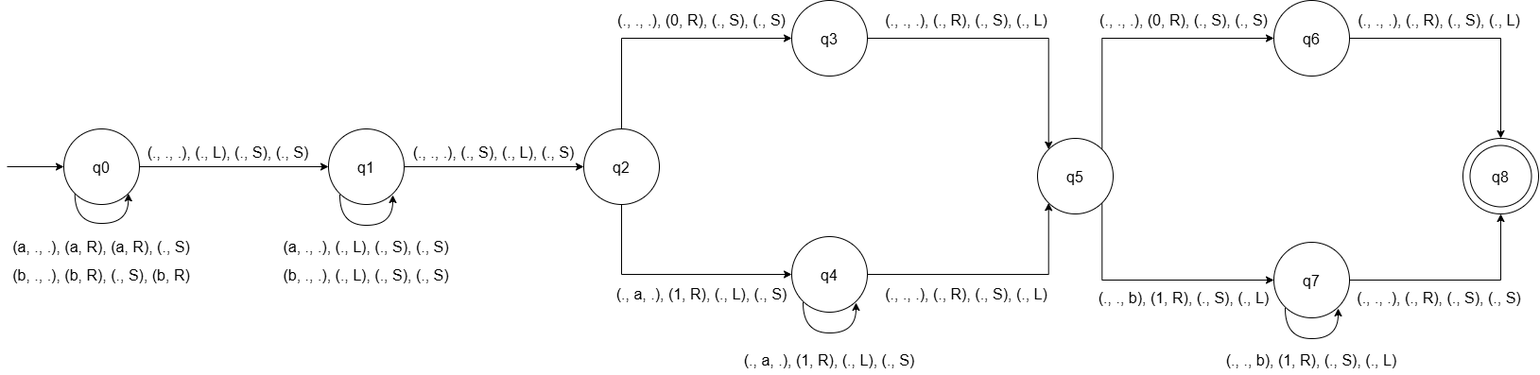
The draw.io diagram turing-machine/doc/MT02.png in AdrianPerezPoleo/complejidad-computacional, before a commit. Source tidied: cells renumbered, new cells last; positions are measured from the earlier drawing's top-left corner, leaving out a move shared by most shapes.
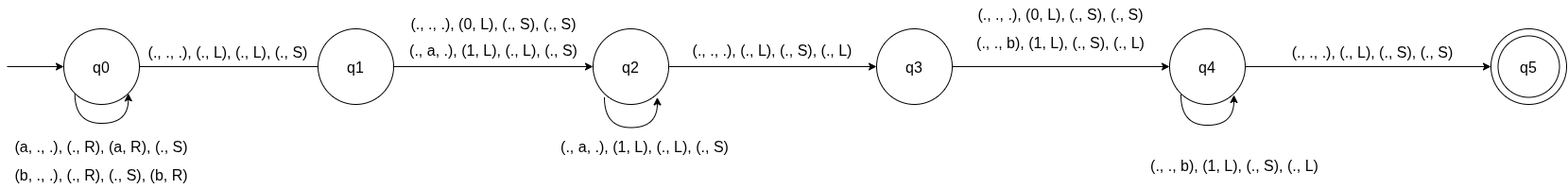
The same diagram one commit later.

Change to the diagram source:
```diff
@@ -2,164 +2,109 @@
   <root>
     <mxCell id="0" />
     <mxCell id="1" parent="0" />
-    <mxCell id="2" style="edgeStyle=orthogonalEdgeStyle;rounded=0;jettySize=auto;html=1;exitX=1;exitY=0.5;exitDx=0;exitDy=0;entryX=0;entryY=0.5;entryDx=0;entryDy=0;" parent="1" edge="1" source="3" target="8">
-      <mxGeometry relative="1" as="geometry" />
+    <mxCell id="2" style="edgeStyle=orthogonalEdgeStyle;rounded=0;jettySize=auto;html=1;exitX=1;exitY=0.5;exitDx=0;exitDy=0;entryX=0;entryY=0.5;entryDx=0;entryDy=0;" parent="1" edge="1" source="3">
+      <mxGeometry relative="1" as="geometry">
+        <mxPoint x="610" y="176" as="targetPoint" />
+      </mxGeometry>
     </mxCell>
     <mxCell id="3" value="&lt;font style=&quot;font-size: 16px;&quot;&gt;q0&lt;/font&gt;" style="ellipse;whiteSpace=wrap;html=1;shapeInside=1;" parent="1" vertex="1">
-      <mxGeometry x="60" y="136" width="80" height="80" as="geometry" />
+      <mxGeometry x="330" y="136" width="80" height="80" as="geometry" />
     </mxCell>
     <mxCell id="4" style="endArrow=classic;html=1;rounded=0;entryX=0;entryY=0.5;entryDx=0;entryDy=0;" parent="1" edge="1" target="3">
       <mxGeometry relative="1" as="geometry">
-        <mxPoint y="176" as="sourcePoint" />
+        <mxPoint x="270" y="176" as="sourcePoint" />
       </mxGeometry>
     </mxCell>
     <mxCell id="5" style="edgeStyle=orthogonalEdgeStyle;rounded=0;orthogonalLoop=1;jettySize=auto;html=1;exitX=0;exitY=1;exitDx=0;exitDy=0;entryX=1;entryY=1;entryDx=0;entryDy=0;curved=1;curveGeometry=1;innerLoopWaypoints=1;" parent="1" edge="1" source="3" target="3">
       <mxGeometry relative="1" as="geometry">
         <Array as="points">
-          <mxPoint x="71.7" y="236" />
-          <mxPoint x="128.3" y="236" />
+          <mxPoint x="341.7" y="236" />
+          <mxPoint x="398.3" y="236" />
         </Array>
       </mxGeometry>
     </mxCell>
-    <mxCell id="6" value="&lt;font style=&quot;font-size: 16px;&quot;&gt;(a, ., .), (a, R), (a, R), (., S)&lt;/font&gt;" style="text;html=1;whiteSpace=wrap;strokeColor=none;fillColor=none;align=center;verticalAlign=middle;rounded=0;" parent="1" vertex="1">
-      <mxGeometry x="5" y="246" width="190" height="30" as="geometry" />
+    <mxCell id="6" value="&lt;font style=&quot;font-size: 16px;&quot;&gt;(a, ., .), (., R), (a, R), (., S)&lt;/font&gt;" style="text;html=1;whiteSpace=wrap;strokeColor=none;fillColor=none;align=center;verticalAlign=middle;rounded=0;" parent="1" vertex="1">
+      <mxGeometry x="275" y="246" width="190" height="30" as="geometry" />
     </mxCell>
-    <mxCell id="7" style="edgeStyle=orthogonalEdgeStyle;rounded=0;jettySize=auto;html=1;exitX=1;exitY=0.5;exitDx=0;exitDy=0;entryX=0;entryY=0.5;entryDx=0;entryDy=0;" parent="1" edge="1" source="8" target="11">
-      <mxGeometry relative="1" as="geometry" />
-    </mxCell>
-    <mxCell id="8" value="&lt;font style=&quot;font-size: 16px;&quot;&gt;q1&lt;/font&gt;" style="ellipse;whiteSpace=wrap;html=1;shapeInside=1;" parent="1" vertex="1">
-      <mxGeometry x="340" y="136" width="80" height="80" as="geometry" />
-    </mxCell>
-    <mxCell id="9" style="edgeStyle=orthogonalEdgeStyle;rounded=0;jettySize=auto;html=1;exitX=0.5;exitY=0;exitDx=0;exitDy=0;entryX=0;entryY=0.5;entryDx=0;entryDy=0;" parent="1" edge="1" source="11" target="13">
-      <mxGeometry relative="1" as="geometry" />
-    </mxCell>
-    <mxCell id="10" style="edgeStyle=orthogonalEdgeStyle;rounded=0;jettySize=auto;html=1;exitX=0.5;exitY=1;exitDx=0;exitDy=0;entryX=0;entryY=0.5;entryDx=0;entryDy=0;" parent="1" edge="1" source="11" target="15">
+    <mxCell id="10" style="edgeStyle=orthogonalEdgeStyle;rounded=0;jettySize=auto;html=1;exitX=1;exitY=0.5;exitDx=0;exitDy=0;entryX=0;entryY=0.5;entryDx=0;entryDy=0;" parent="1" edge="1" source="11" target="15">
       <mxGeometry relative="1" as="geometry" />
     </mxCell>
-    <mxCell id="11" value="&lt;font style=&quot;font-size: 16px;&quot;&gt;q2&lt;/font&gt;" style="ellipse;whiteSpace=wrap;html=1;shapeInside=1;" parent="1" vertex="1">
-      <mxGeometry x="610" y="136" width="80" height="80" as="geometry" />
+    <mxCell id="11" value="&lt;font style=&quot;font-size: 16px;&quot;&gt;q1&lt;/font&gt;" style="ellipse;whiteSpace=wrap;html=1;shapeInside=1;" parent="1" vertex="1">
+      <mxGeometry x="599" y="136" width="80" height="80" as="geometry" />
     </mxCell>
-    <mxCell id="12" style="edgeStyle=orthogonalEdgeStyle;rounded=0;jettySize=auto;html=1;exitX=1;exitY=0.5;exitDx=0;exitDy=0;entryX=0;entryY=0;entryDx=0;entryDy=0;" parent="1" edge="1" source="13" target="18">
-      <mxGeometry relative="1" as="geometry" />
-    </mxCell>
-    <mxCell id="13" value="&lt;font style=&quot;font-size: 16px;&quot;&gt;q3&lt;/font&gt;" style="ellipse;whiteSpace=wrap;html=1;shapeInside=1;" parent="1" vertex="1">
-      <mxGeometry x="830" width="80" height="80" as="geometry" />
-    </mxCell>
-    <mxCell id="14" style="edgeStyle=orthogonalEdgeStyle;rounded=0;jettySize=auto;html=1;exitX=1;exitY=0.5;exitDx=0;exitDy=0;entryX=0;entryY=1;entryDx=0;entryDy=0;" parent="1" edge="1" source="15" target="18">
+    <mxCell id="14" style="edgeStyle=orthogonalEdgeStyle;rounded=0;jettySize=auto;html=1;exitX=1;exitY=0.5;exitDx=0;exitDy=0;entryX=0;entryY=0.5;entryDx=0;entryDy=0;" parent="1" edge="1" source="15" target="18">
       <mxGeometry x="0.09" relative="1" as="geometry" />
     </mxCell>
-    <mxCell id="15" value="&lt;font style=&quot;font-size: 16px;&quot;&gt;q4&lt;/font&gt;" style="ellipse;whiteSpace=wrap;html=1;shapeInside=1;" parent="1" vertex="1">
-      <mxGeometry x="830" y="250" width="80" height="80" as="geometry" />
+    <mxCell id="15" value="&lt;font style=&quot;font-size: 16px;&quot;&gt;q2&lt;/font&gt;" style="ellipse;whiteSpace=wrap;html=1;shapeInside=1;" parent="1" vertex="1">
+      <mxGeometry x="890" y="136" width="80" height="80" as="geometry" />
     </mxCell>
-    <mxCell id="16" style="edgeStyle=orthogonalEdgeStyle;rounded=0;jettySize=auto;html=1;exitX=1;exitY=0;exitDx=0;exitDy=0;entryX=0;entryY=0.5;entryDx=0;entryDy=0;" parent="1" edge="1" source="18" target="20">
-      <mxGeometry relative="1" as="geometry">
-        <Array as="points">
-          <mxPoint x="1158.3" y="40" />
-        </Array>
-      </mxGeometry>
-    </mxCell>
-    <mxCell id="17" style="edgeStyle=orthogonalEdgeStyle;rounded=0;jettySize=auto;html=1;exitX=1;exitY=1;exitDx=0;exitDy=0;entryX=0;entryY=0.5;entryDx=0;entryDy=0;" parent="1" edge="1" source="18" target="22">
-      <mxGeometry relative="1" as="geometry">
-        <Array as="points">
-          <mxPoint x="1158.3" y="296" />
-        </Array>
-      </mxGeometry>
+    <mxCell id="17" style="edgeStyle=orthogonalEdgeStyle;rounded=0;jettySize=auto;html=1;exitX=1;exitY=0.5;exitDx=0;exitDy=0;defaultLabelBackgroundColor=gap;" parent="1" edge="1" source="18" target="22">
+      <mxGeometry relative="1" as="geometry" />
     </mxCell>
-    <mxCell id="18" value="&lt;font style=&quot;font-size: 16px;&quot;&gt;q5&lt;/font&gt;" style="ellipse;whiteSpace=wrap;html=1;shapeInside=1;" parent="1" vertex="1">
-      <mxGeometry x="1090" y="146" width="80" height="80" as="geometry" />
+    <mxCell id="18" value="&lt;font style=&quot;font-size: 16px;&quot;&gt;q3&lt;/font&gt;" style="ellipse;whiteSpace=wrap;html=1;shapeInside=1;" parent="1" vertex="1">
+      <mxGeometry x="1190" y="136" width="80" height="80" as="geometry" />
     </mxCell>
-    <mxCell id="19" style="edgeStyle=orthogonalEdgeStyle;rounded=0;jettySize=auto;html=1;exitX=1;exitY=0.5;exitDx=0;exitDy=0;entryX=0.5;entryY=0;entryDx=0;entryDy=0;" parent="1" edge="1" source="20" target="23">
-      <mxGeometry relative="1" as="geometry" />
-    </mxCell>
-    <mxCell id="20" value="&lt;font style=&quot;font-size: 16px;&quot;&gt;q6&lt;/font&gt;" style="ellipse;whiteSpace=wrap;html=1;shapeInside=1;" parent="1" vertex="1">
-      <mxGeometry x="1340" width="80" height="80" as="geometry" />
-    </mxCell>
-    <mxCell id="21" style="edgeStyle=orthogonalEdgeStyle;rounded=0;jettySize=auto;html=1;exitX=1;exitY=0.5;exitDx=0;exitDy=0;entryX=0.5;entryY=1;entryDx=0;entryDy=0;" parent="1" edge="1" source="22" target="23">
+    <mxCell id="21" style="edgeStyle=orthogonalEdgeStyle;rounded=0;jettySize=auto;html=1;exitX=1;exitY=0.5;exitDx=0;exitDy=0;entryX=0;entryY=0.5;entryDx=0;entryDy=0;" parent="1" edge="1" source="22" target="23">
       <mxGeometry relative="1" as="geometry" />
     </mxCell>
-    <mxCell id="22" value="&lt;font style=&quot;font-size: 16px;&quot;&gt;q7&lt;/font&gt;" style="ellipse;whiteSpace=wrap;html=1;shapeInside=1;" parent="1" vertex="1">
-      <mxGeometry x="1340" y="256" width="80" height="80" as="geometry" />
+    <mxCell id="22" value="&lt;font style=&quot;font-size: 16px;&quot;&gt;q4&lt;/font&gt;" style="ellipse;whiteSpace=wrap;html=1;shapeInside=1;" parent="1" vertex="1">
+      <mxGeometry x="1500" y="136" width="80" height="80" as="geometry" />
     </mxCell>
-    <mxCell id="23" value="&lt;font style=&quot;font-size: 16px;&quot;&gt;q8&lt;/font&gt;" style="ellipse;whiteSpace=wrap;html=1;shapeInside=1;" parent="1" vertex="1">
-      <mxGeometry x="1540" y="146" width="80" height="80" as="geometry" />
-    </mxCell>
-    <mxCell id="24" value="&lt;font style=&quot;font-size: 16px;&quot;&gt;(b, ., .), (b, R), (., S), (b, R)&lt;/font&gt;" style="text;html=1;whiteSpace=wrap;strokeColor=none;fillColor=none;align=center;verticalAlign=middle;rounded=0;" parent="1" vertex="1">
-      <mxGeometry x="5" y="276" width="190" height="30" as="geometry" />
+    <mxCell id="24" value="&lt;font style=&quot;font-size: 16px;&quot;&gt;(b, ., .), (., R), (., S), (b, R)&lt;/font&gt;" style="text;html=1;whiteSpace=wrap;strokeColor=none;fillColor=none;align=center;verticalAlign=middle;rounded=0;" parent="1" vertex="1">
+      <mxGeometry x="275" y="276" width="190" height="30" as="geometry" />
     </mxCell>
-    <mxCell id="25" value="&lt;font style=&quot;font-size: 16px;&quot;&gt;(., ., .), (., L), (., S), (., S)&lt;/font&gt;" style="text;html=1;whiteSpace=wrap;strokeColor=none;fillColor=none;align=center;verticalAlign=middle;rounded=0;" parent="1" vertex="1">
-      <mxGeometry x="139" y="146" width="190" height="30" as="geometry" />
+    <mxCell id="25" value="&lt;font style=&quot;font-size: 16px;&quot;&gt;(., ., .), (., L), (., L), (., S)&lt;/font&gt;" style="text;html=1;whiteSpace=wrap;strokeColor=none;fillColor=none;align=center;verticalAlign=middle;rounded=0;" parent="1" vertex="1">
+      <mxGeometry x="409" y="146" width="190" height="30" as="geometry" />
     </mxCell>
-    <mxCell id="26" style="edgeStyle=orthogonalEdgeStyle;rounded=0;orthogonalLoop=1;jettySize=auto;html=1;exitX=0;exitY=1;exitDx=0;exitDy=0;entryX=1;entryY=1;entryDx=0;entryDy=0;curved=1;curveGeometry=1;innerLoopWaypoints=1;" parent="1" edge="1">
-      <mxGeometry relative="1" as="geometry">
-        <mxPoint x="352" y="206" as="sourcePoint" />
-        <mxPoint x="408" y="206" as="targetPoint" />
-        <Array as="points">
-          <mxPoint x="351.7" y="238" />
-          <mxPoint x="408.3" y="238" />
-        </Array>
-      </mxGeometry>
-    </mxCell>
     <mxCell id="27" style="edgeStyle=orthogonalEdgeStyle;rounded=0;orthogonalLoop=1;jettySize=auto;html=1;exitX=0;exitY=1;exitDx=0;exitDy=0;entryX=1;entryY=1;entryDx=0;entryDy=0;curved=1;curveGeometry=1;innerLoopWaypoints=1;" parent="1" edge="1">
       <mxGeometry relative="1" as="geometry">
-        <mxPoint x="1352" y="326" as="sourcePoint" />
-        <mxPoint x="1408" y="326" as="targetPoint" />
+        <mxPoint x="1512" y="206" as="sourcePoint" />
+        <mxPoint x="1568" y="206" as="targetPoint" />
         <Array as="points">
-          <mxPoint x="1351.7" y="358" />
-          <mxPoint x="1408.3" y="358" />
+          <mxPoint x="1511.7" y="238" />
+          <mxPoint x="1568.3" y="238" />
         </Array>
       </mxGeometry>
     </mxCell>
-    <mxCell id="28" style="ellipse;whiteSpace=wrap;html=1;shapeInside=1;fillColor=none;" parent="1" vertex="1">
-      <mxGeometry x="1547.5" y="153.5" width="65" height="65" as="geometry" />
-    </mxCell>
-    <mxCell id="29" value="&lt;font style=&quot;font-size: 16px;&quot;&gt;(a, ., .), (., L), (., S), (., S)&lt;/font&gt;" style="text;html=1;whiteSpace=wrap;strokeColor=none;fillColor=none;align=center;verticalAlign=middle;rounded=0;" parent="1" vertex="1">
-      <mxGeometry x="285" y="246" width="190" height="30" as="geometry" />
-    </mxCell>
-    <mxCell id="30" value="&lt;font style=&quot;font-size: 16px;&quot;&gt;(b, ., .), (., L), (., S), (., S)&lt;/font&gt;" style="text;html=1;whiteSpace=wrap;strokeColor=none;fillColor=none;align=center;verticalAlign=middle;rounded=0;" parent="1" vertex="1">
-      <mxGeometry x="285" y="276" width="190" height="30" as="geometry" />
-    </mxCell>
     <mxCell id="31" style="edgeStyle=orthogonalEdgeStyle;rounded=0;orthogonalLoop=1;jettySize=auto;html=1;exitX=0;exitY=1;exitDx=0;exitDy=0;entryX=1;entryY=1;entryDx=0;entryDy=0;curved=1;curveGeometry=1;innerLoopWaypoints=1;" parent="1" edge="1">
       <mxGeometry relative="1" as="geometry">
-        <mxPoint x="842" y="320" as="sourcePoint" />
-        <mxPoint x="898" y="320" as="targetPoint" />
+        <mxPoint x="902" y="208.5" as="sourcePoint" />
+        <mxPoint x="958" y="208.5" as="targetPoint" />
         <Array as="points">
-          <mxPoint x="841.7" y="352" />
-          <mxPoint x="898.3" y="352" />
+          <mxPoint x="901.7" y="240.5" />
+          <mxPoint x="958.3" y="240.5" />
         </Array>
       </mxGeometry>
     </mxCell>
-    <mxCell id="32" value="&lt;font style=&quot;font-size: 16px;&quot;&gt;(., ., .), (., S), (., L), (., S)&lt;/font&gt;" style="text;html=1;whiteSpace=wrap;strokeColor=none;fillColor=none;align=center;verticalAlign=middle;rounded=0;" parent="1" vertex="1">
-      <mxGeometry x="420" y="146" width="190" height="30" as="geometry" />
-    </mxCell>
-    <mxCell id="33" value="&lt;font style=&quot;font-size: 16px;&quot;&gt;(., ., .), (0, R), (., S), (., S)&lt;/font&gt;" style="text;html=1;whiteSpace=wrap;strokeColor=none;fillColor=none;align=center;verticalAlign=middle;rounded=0;" parent="1" vertex="1">
-      <mxGeometry x="640" y="6" width="190" height="30" as="geometry" />
+    <mxCell id="33" value="&lt;font style=&quot;font-size: 16px;&quot;&gt;(., ., .), (0, L), (., S), (., S)&lt;/font&gt;" style="text;html=1;whiteSpace=wrap;strokeColor=none;fillColor=none;align=center;verticalAlign=middle;rounded=0;" parent="1" vertex="1">
+      <mxGeometry x="690" y="116" width="190" height="30" as="geometry" />
     </mxCell>
-    <mxCell id="34" value="&lt;font style=&quot;font-size: 16px;&quot;&gt;(., a, .), (1, R), (., L), (., S)&lt;/font&gt;" style="text;html=1;whiteSpace=wrap;strokeColor=none;fillColor=none;align=center;verticalAlign=middle;rounded=0;" parent="1" vertex="1">
-      <mxGeometry x="640" y="296" width="190" height="30" as="geometry" />
+    <mxCell id="34" value="&lt;font style=&quot;font-size: 16px;&quot;&gt;(., a, .), (1, L), (., L), (., S)&lt;/font&gt;" style="text;html=1;whiteSpace=wrap;strokeColor=none;fillColor=none;align=center;verticalAlign=middle;rounded=0;" parent="1" vertex="1">
+      <mxGeometry x="690" y="143.5" width="190" height="30" as="geometry" />
     </mxCell>
-    <mxCell id="35" value="&lt;font style=&quot;font-size: 16px;&quot;&gt;(., a, .), (1, R), (., L), (., S)&lt;/font&gt;" style="text;html=1;whiteSpace=wrap;strokeColor=none;fillColor=none;align=center;verticalAlign=middle;rounded=0;" parent="1" vertex="1">
-      <mxGeometry x="775" y="366" width="190" height="30" as="geometry" />
+    <mxCell id="35" value="&lt;font style=&quot;font-size: 16px;&quot;&gt;(., a, .), (1, L), (., L), (., S)&lt;/font&gt;" style="text;html=1;whiteSpace=wrap;strokeColor=none;fillColor=none;align=center;verticalAlign=middle;rounded=0;" parent="1" vertex="1">
+      <mxGeometry x="850" y="246" width="190" height="30" as="geometry" />
     </mxCell>
-    <mxCell id="36" value="&lt;font style=&quot;font-size: 16px;&quot;&gt;(., ., .), (0, R), (., S), (., S)&lt;/font&gt;" style="text;html=1;whiteSpace=wrap;strokeColor=none;fillColor=none;align=center;verticalAlign=middle;rounded=0;" parent="1" vertex="1">
-      <mxGeometry x="1150" y="6" width="190" height="30" as="geometry" />
+    <mxCell id="36" value="&lt;font style=&quot;font-size: 16px;&quot;&gt;(., ., .), (0, L), (., S), (., S)&lt;/font&gt;" style="text;html=1;whiteSpace=wrap;strokeColor=none;fillColor=none;align=center;verticalAlign=middle;rounded=0;" parent="1" vertex="1">
+      <mxGeometry x="1290" y="106" width="190" height="30" as="geometry" />
     </mxCell>
-    <mxCell id="37" value="&lt;font style=&quot;font-size: 16px;&quot;&gt;(., ., .), (., R), (., S), (., L)&lt;/font&gt;" style="text;html=1;whiteSpace=wrap;strokeColor=none;fillColor=none;align=center;verticalAlign=middle;rounded=0;" parent="1" vertex="1">
-      <mxGeometry x="920" y="6" width="190" height="30" as="geometry" />
+    <mxCell id="37" value="&lt;font style=&quot;font-size: 16px;&quot;&gt;(., ., .), (., L), (., S), (., L)&lt;/font&gt;" style="text;html=1;whiteSpace=wrap;strokeColor=none;fillColor=none;align=center;verticalAlign=middle;rounded=0;" parent="1" vertex="1">
+      <mxGeometry x="985" y="143.5" width="190" height="30" as="geometry" />
     </mxCell>
-    <mxCell id="38" value="&lt;font style=&quot;font-size: 16px;&quot;&gt;(., ., .), (., R), (., S), (., L)&lt;/font&gt;" style="text;html=1;whiteSpace=wrap;strokeColor=none;fillColor=none;align=center;verticalAlign=middle;rounded=0;" parent="1" vertex="1">
-      <mxGeometry x="1420" y="6" width="190" height="30" as="geometry" />
-    </mxCell>
-    <mxCell id="39" value="&lt;font style=&quot;font-size: 16px;&quot;&gt;(., ., .), (., R), (., S), (., S)&lt;/font&gt;" style="text;html=1;whiteSpace=wrap;strokeColor=none;fillColor=none;align=center;verticalAlign=middle;rounded=0;" parent="1" vertex="1">
-      <mxGeometry x="1420" y="300" width="190" height="30" as="geometry" />
+    <mxCell id="39" value="&lt;font style=&quot;font-size: 16px;&quot;&gt;(., ., .), (., L), (., S), (., S)&lt;/font&gt;" style="text;html=1;whiteSpace=wrap;strokeColor=none;fillColor=none;align=center;verticalAlign=middle;rounded=0;" parent="1" vertex="1">
+      <mxGeometry x="1620" y="146" width="190" height="30" as="geometry" />
     </mxCell>
-    <mxCell id="40" value="&lt;font style=&quot;font-size: 16px;&quot;&gt;(., ., b), (1, R), (., S), (., L)&lt;/font&gt;" style="text;html=1;whiteSpace=wrap;strokeColor=none;fillColor=none;align=center;verticalAlign=middle;rounded=0;" parent="1" vertex="1">
-      <mxGeometry x="1285" y="366" width="190" height="30" as="geometry" />
+    <mxCell id="40" value="&lt;font style=&quot;font-size: 16px;&quot;&gt;(., ., b), (1, L), (., S), (., L)&lt;/font&gt;" style="text;html=1;whiteSpace=wrap;strokeColor=none;fillColor=none;align=center;verticalAlign=middle;rounded=0;" parent="1" vertex="1">
+      <mxGeometry x="1474" y="266" width="190" height="30" as="geometry" />
     </mxCell>
-    <mxCell id="41" value="&lt;font style=&quot;font-size: 16px;&quot;&gt;(., ., b), (1, R), (., S), (., L)&lt;/font&gt;" style="text;html=1;whiteSpace=wrap;strokeColor=none;fillColor=none;align=center;verticalAlign=middle;rounded=0;" parent="1" vertex="1">
-      <mxGeometry x="1150" y="300" width="190" height="30" as="geometry" />
+    <mxCell id="41" value="&lt;font style=&quot;font-size: 16px;&quot;&gt;(., ., b), (1, L), (., S), (., L)&lt;/font&gt;" style="text;html=1;whiteSpace=wrap;strokeColor=none;fillColor=none;align=center;verticalAlign=middle;rounded=0;" parent="1" vertex="1">
+      <mxGeometry x="1290" y="136" width="190" height="30" as="geometry" />
     </mxCell>
-    <mxCell id="42" value="&lt;font style=&quot;font-size: 16px;&quot;&gt;(., ., .), (., R), (., S), (., L)&lt;/font&gt;" style="text;html=1;whiteSpace=wrap;strokeColor=none;fillColor=none;align=center;verticalAlign=middle;rounded=0;" parent="1" vertex="1">
-      <mxGeometry x="920" y="296" width="190" height="30" as="geometry" />
-    </mxCell>
+    <mxCell id="23" value="&lt;font style=&quot;font-size: 16px;&quot;&gt;q5&lt;/font&gt;" style="ellipse;whiteSpace=wrap;html=1;shapeInside=1;" parent="1" vertex="1">
+      <mxGeometry x="1840" y="136" width="80" height="80" as="geometry" />
+    </mxCell>
+    <mxCell id="28" style="ellipse;whiteSpace=wrap;html=1;shapeInside=1;fillColor=none;" parent="1" vertex="1">
+      <mxGeometry x="1847.5" y="143.5" width="65" height="65" as="geometry" />
+    </mxCell>
   </root>
 </mxGraphModel>
```
